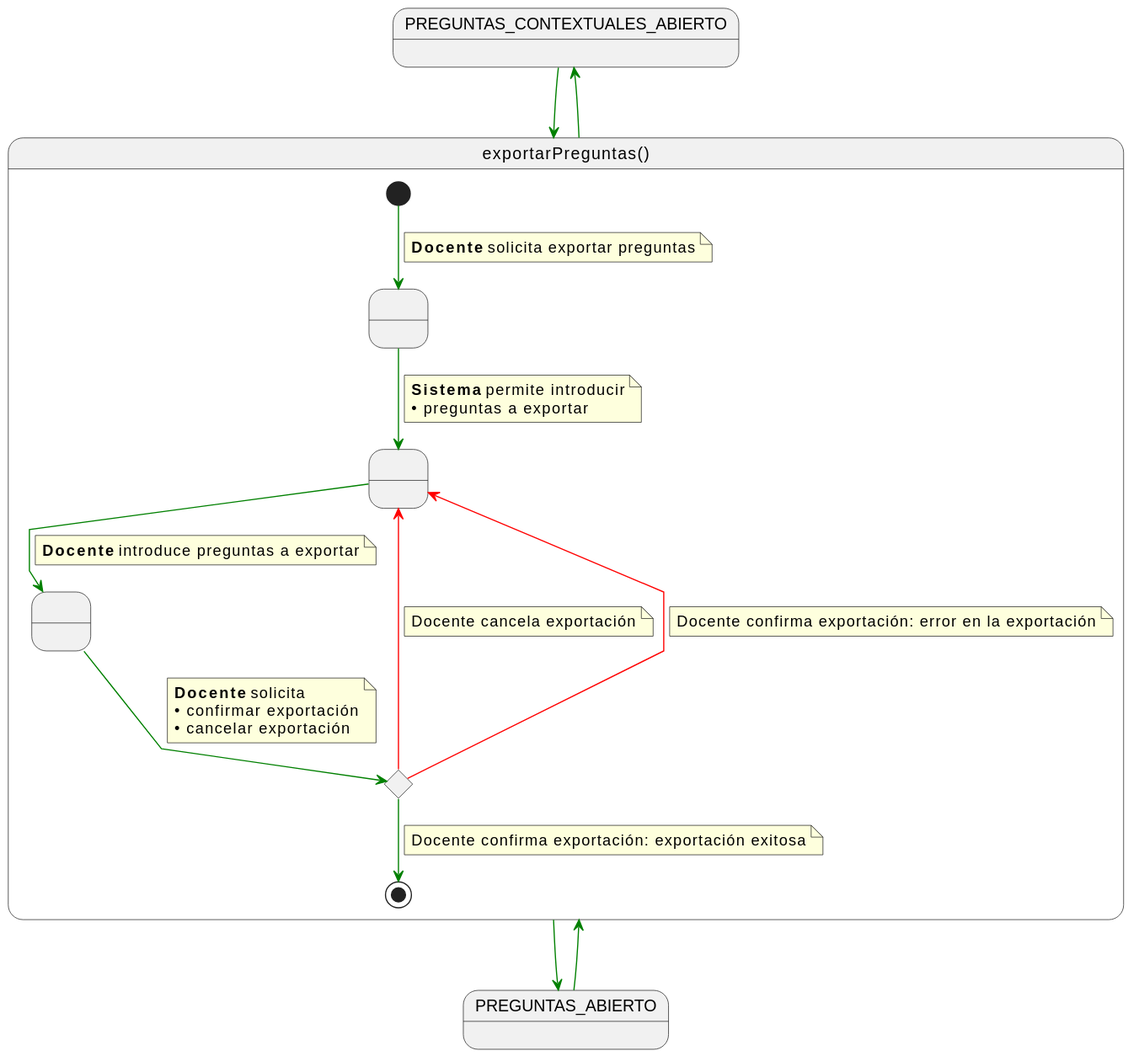
This is documents/casos-de-uso/detalladoCasosDeUso/exportarPreguntas/exportarPreguntas.svg from martinlopez7/25-26-IdSw1-SdR, a PlantUML export, as it was before one commit.
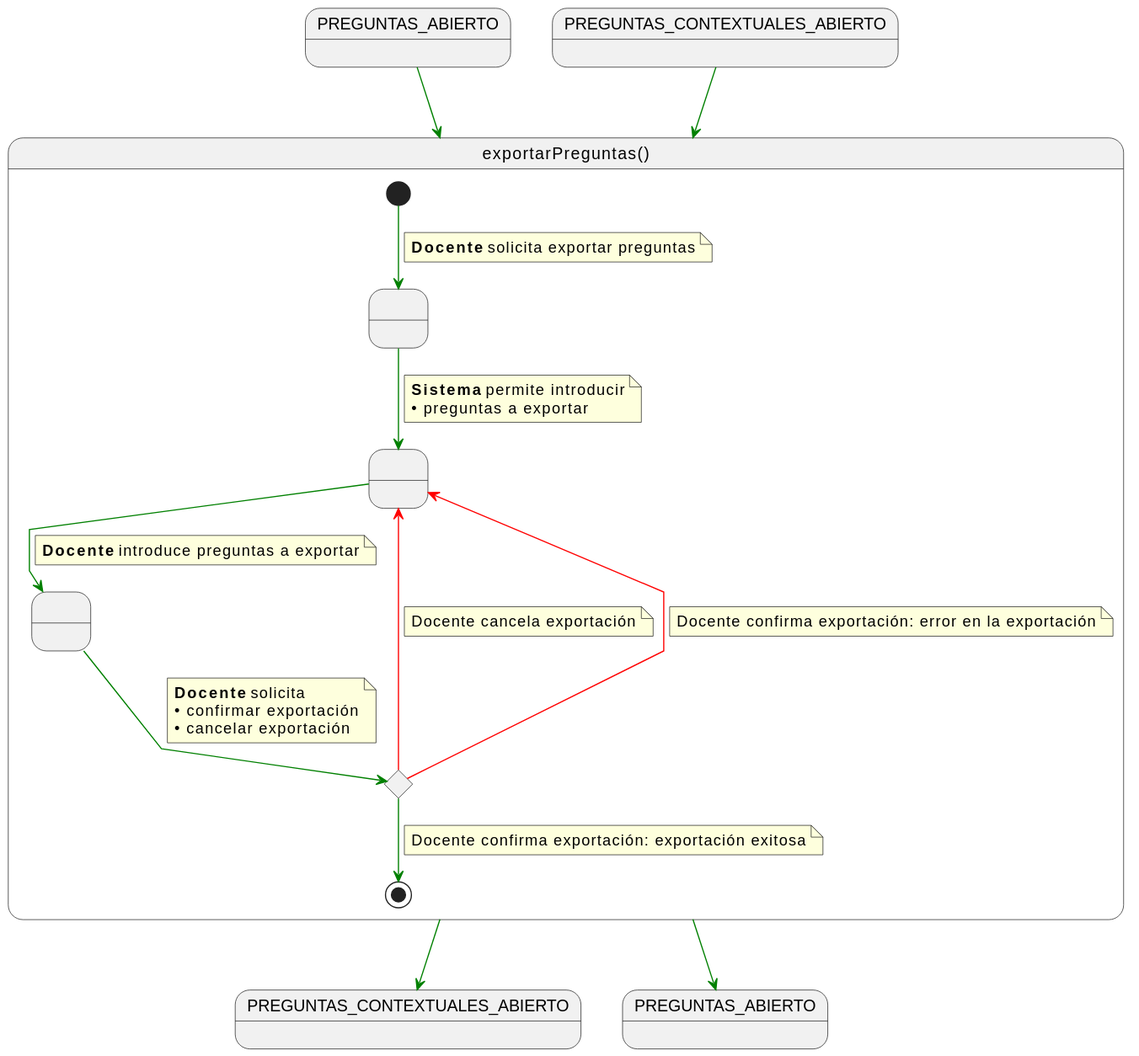
Later version of the same file.

What changed in the source:
```diff
@@ -1,7 +1,10 @@
 @startuml
 skinparam linetype polyline
 
+state PREGUNTAS_ABIERTO
 state PREGUNTAS_CONTEXTUALES_ABIERTO
+state PREGUNTAS_CONTEXTUALES_ABIERTO2 as "PREGUNTAS_CONTEXTUALES_ABIERTO"
+state PREGUNTAS_ABIERTO2 as "PREGUNTAS_ABIERTO"
 
 state exportarPreguntas as "exportarPreguntas()" {
 
@@ -50,8 +53,8 @@
 }
 
 PREGUNTAS_ABIERTO -[#green]-> exportarPreguntas
-exportarPreguntas -[#green]-> PREGUNTAS_ABIERTO
+exportarPreguntas -[#green]-> PREGUNTAS_ABIERTO2
 
 PREGUNTAS_CONTEXTUALES_ABIERTO -[#green]-> exportarPreguntas
-exportarPreguntas -[#green]-> PREGUNTAS_CONTEXTUALES_ABIERTO
+exportarPreguntas -[#green]-> PREGUNTAS_CONTEXTUALES_ABIERTO2
 @enduml
```
